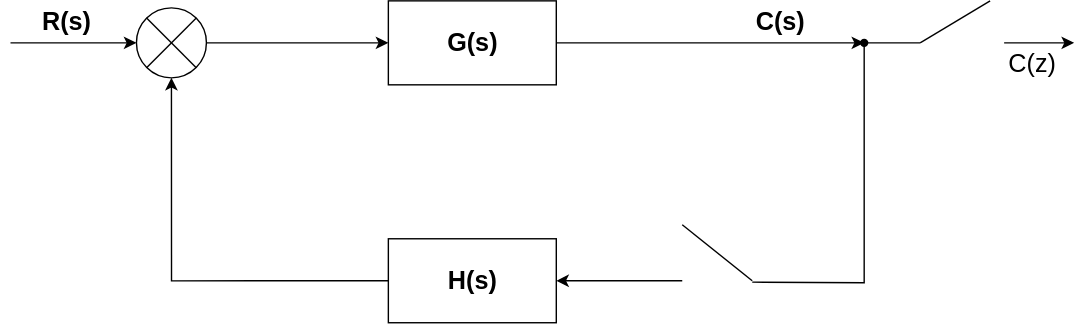
Above: Quizs(Recall_Version)/Quiz1_DT.drawio.svg in yzmyyds/NTU_EE6203 (draw.io), before the change. Source tidied: cells renumbered, new cells last; positions are measured from the earlier drawing's top-left corner, leaving out a move shared by most shapes.
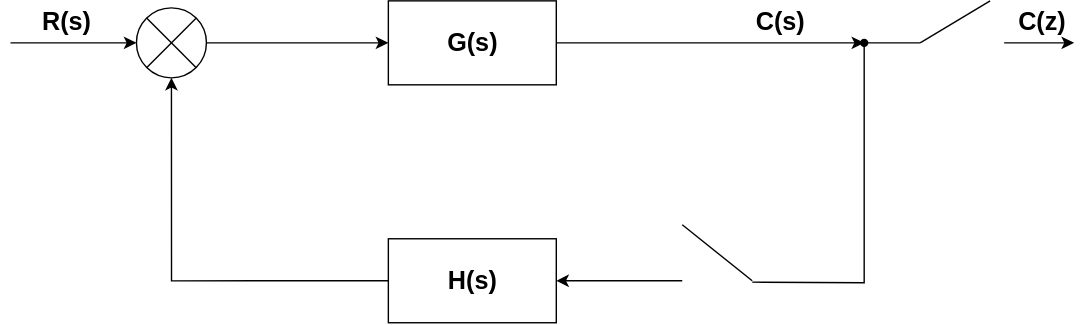
The same diagram one commit later.

Diff of the diagram source:
```diff
@@ -79,8 +79,8 @@
     <mxCell id="20" value="&lt;b&gt;&lt;font style=&quot;font-size: 18px;&quot;&gt;C(s)&lt;/font&gt;&lt;/b&gt;" style="text;html=1;align=center;verticalAlign=middle;whiteSpace=wrap;rounded=0;" parent="1" vertex="1">
       <mxGeometry x="520" width="60" height="30" as="geometry" />
     </mxCell>
-    <mxCell id="21" value="&lt;font style=&quot;font-size: 18px;&quot;&gt;C(z)&lt;/font&gt;" style="text;html=1;align=center;verticalAlign=middle;whiteSpace=wrap;rounded=0;" parent="1" vertex="1">
-      <mxGeometry x="700" y="30" width="60" height="30" as="geometry" />
+    <mxCell id="21" value="&lt;font style=&quot;font-size: 18px;&quot;&gt;C(z)&lt;/font&gt;" style="text;html=1;align=center;verticalAlign=middle;whiteSpace=wrap;rounded=0;fontStyle=1;" parent="1" vertex="1">
+      <mxGeometry x="707" width="60" height="30" as="geometry" />
     </mxCell>
   </root>
 </mxGraphModel>
```
